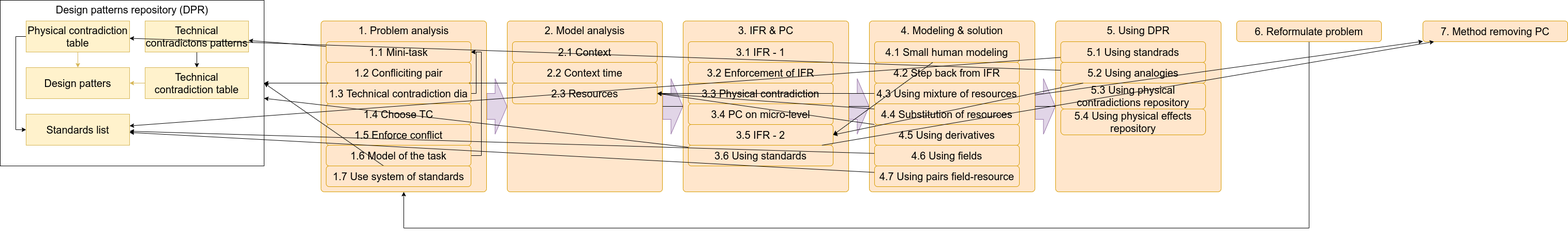
The draw.io diagram AI_Neurotechnologies_bla_bla_bla_course/TRIZ-ARIZ.png in max-talanov/1, before a commit. Source tidied: cells renumbered, new cells last; positions are measured from the earlier drawing's top-left corner, leaving out a move shared by most shapes.
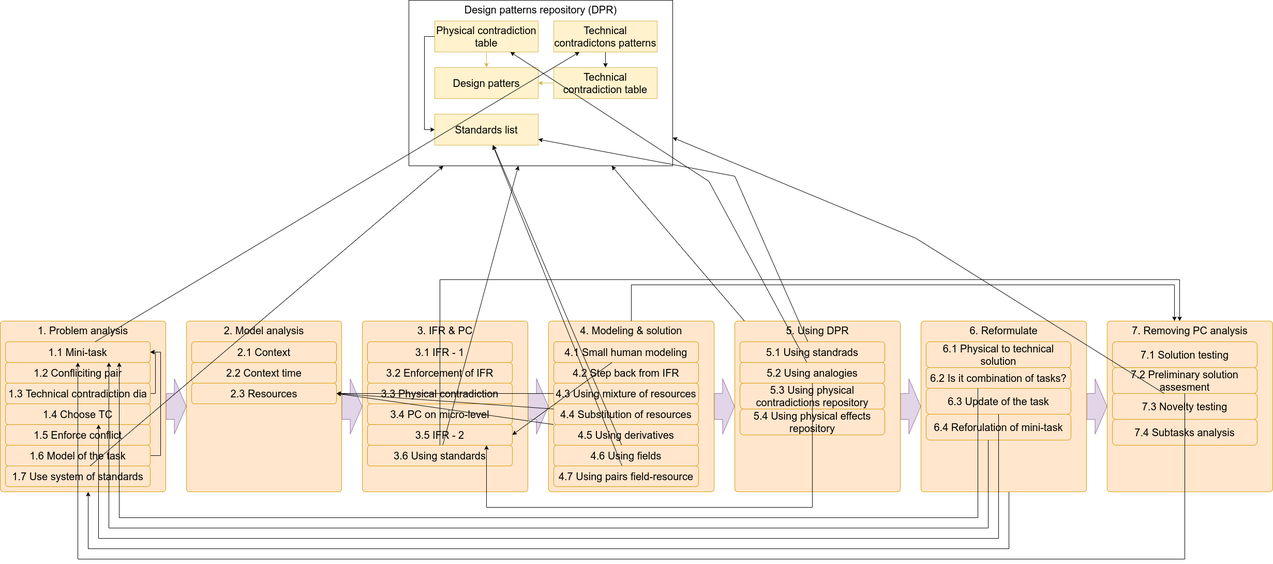
The same file after the commit.

Commit message:
corrected arrows in TRIZ-ARIZ dia

What changed in the source:
```diff
@@ -2,19 +2,21 @@
   <root>
     <mxCell id="0" />
     <mxCell id="1" parent="0" />
+    <mxCell id="69" style="shape=flexArrow;endArrow=classic;html=1;rounded=0;endWidth=56;endSize=7.33;width=50;entryX=0;entryY=0.5;entryDx=0;entryDy=0;exitX=1;exitY=0.5;exitDx=0;exitDy=0;fillColor=#e1d5e7;strokeColor=#9673a6;" parent="1" edge="1" target="71">
+      <mxGeometry relative="1" as="geometry">
+        <mxPoint x="2360" y="205" as="sourcePoint" />
+      </mxGeometry>
+    </mxCell>
-    <mxCell id="2" style="edgeStyle=orthogonalEdgeStyle;rounded=0;jettySize=auto;html=1;fontSize=20;" parent="1" edge="1" source="3" target="12">
+    <mxCell id="2" style="edgeStyle=orthogonalEdgeStyle;rounded=0;jettySize=auto;html=1;fontSize=20;" parent="1" edge="1" source="71" target="12">
       <mxGeometry relative="1" as="geometry">
         <Array as="points">
-          <mxPoint x="2530" y="440" />
-          <mxPoint x="780" y="440" />
+          <mxPoint x="2570" y="480" />
+          <mxPoint x="790" y="480" />
         </Array>
       </mxGeometry>
     </mxCell>
-    <mxCell id="3" value="6. Reformulate problem" style="rounded=1;whiteSpace=wrap;html=1;fillColor=#ffe6cc;strokeColor=#d79b00;fontSize=20;" parent="1" vertex="1">
-      <mxGeometry x="2390" y="40" width="280" height="40" as="geometry" />
-    </mxCell>
     <mxCell id="4" value="Design patterns repository (DPR)" style="rounded=0;whiteSpace=wrap;html=1;fontSize=20;verticalAlign=top;" parent="1" vertex="1">
-      <mxGeometry width="510" height="320" as="geometry" />
+      <mxGeometry x="1410" y="-580" width="510" height="320" as="geometry" />
     </mxCell>
     <mxCell id="5" style="shape=flexArrow;endArrow=classic;html=1;rounded=0;endWidth=56;endSize=7.33;width=50;entryX=0;entryY=0.5;entryDx=0;entryDy=0;exitX=1;exitY=0.5;exitDx=0;exitDy=0;fillColor=#e1d5e7;strokeColor=#9673a6;" parent="1" edge="1" source="12" target="32">
       <mxGeometry relative="1" as="geometry" />
@@ -22,9 +24,6 @@
     <mxCell id="6" style="shape=flexArrow;endArrow=classic;html=1;rounded=0;endWidth=56;endSize=7.33;width=50;entryX=0;entryY=0.5;entryDx=0;entryDy=0;exitX=1;exitY=0.5;exitDx=0;exitDy=0;fillColor=#e1d5e7;strokeColor=#9673a6;" parent="1" edge="1" source="32" target="36">
       <mxGeometry relative="1" as="geometry" />
     </mxCell>
-    <mxCell id="7" value="7. Method removing PC" style="rounded=1;whiteSpace=wrap;html=1;fillColor=#ffe6cc;strokeColor=#d79b00;fontSize=20;" parent="1" vertex="1">
-      <mxGeometry x="2750" y="40" width="280" height="40" as="geometry" />
-    </mxCell>
     <mxCell id="8" style="shape=flexArrow;endArrow=classic;html=1;rounded=0;endWidth=56;endSize=7.33;width=50;entryX=0;entryY=0.5;entryDx=0;entryDy=0;exitX=1;exitY=0.5;exitDx=0;exitDy=0;fillColor=#e1d5e7;strokeColor=#9673a6;" parent="1" edge="1" target="44">
       <mxGeometry relative="1" as="geometry">
         <mxPoint x="1640" y="205" as="sourcePoint" />
@@ -35,39 +34,56 @@
         <mxPoint x="2000" y="205" as="sourcePoint" />
       </mxGeometry>
     </mxCell>
+    <mxCell id="70" style="shape=flexArrow;endArrow=classic;html=1;rounded=0;endWidth=56;endSize=7.33;width=50;entryX=0;entryY=0.5;entryDx=0;entryDy=0;exitX=1;exitY=0.5;exitDx=0;exitDy=0;fillColor=#e1d5e7;strokeColor=#9673a6;" parent="1" edge="1" target="79">
+      <mxGeometry relative="1" as="geometry">
+        <mxPoint x="2720" y="205" as="sourcePoint" />
+      </mxGeometry>
+    </mxCell>
     <mxCell id="10" value="1" parent="0" />
     <mxCell id="11" style="edgeStyle=orthogonalEdgeStyle;rounded=0;jettySize=auto;html=1;fontSize=20;fillColor=#fff2cc;strokeColor=#d6b656;" parent="10" edge="1" source="13" target="14">
       <mxGeometry relative="1" as="geometry" />
     </mxCell>
+    <mxCell id="71" value="6. Reformulate" style="rounded=1;whiteSpace=wrap;html=1;fillColor=#ffe6cc;strokeColor=#d79b00;fontSize=20;arcSize=2;horizontal=1;verticalAlign=top;" parent="10" vertex="1">
+      <mxGeometry x="2400" y="40" width="320" height="330" as="geometry" />
+    </mxCell>
+    <mxCell id="72" value="6.1 Physical to technical solution" style="rounded=1;whiteSpace=wrap;html=1;fillColor=#ffe6cc;strokeColor=#d79b00;fontSize=20;" parent="10" vertex="1">
+      <mxGeometry x="2410" y="80" width="280" height="50" as="geometry" />
+    </mxCell>
+    <mxCell id="73" value="6.2 Is it combination of tasks?" style="rounded=1;whiteSpace=wrap;html=1;fillColor=#ffe6cc;strokeColor=#d79b00;fontSize=20;" parent="10" vertex="1">
+      <mxGeometry x="2410" y="130" width="280" height="40" as="geometry" />
+    </mxCell>
+    <mxCell id="74" value="6.3 Update of the task" style="rounded=1;whiteSpace=wrap;html=1;fillColor=#ffe6cc;strokeColor=#d79b00;fontSize=20;" parent="10" vertex="1">
+      <mxGeometry x="2410" y="170" width="280" height="50" as="geometry" />
+    </mxCell>
+    <mxCell id="75" value="6.4 Reforulation of mini-task" style="rounded=1;whiteSpace=wrap;html=1;fillColor=#ffe6cc;strokeColor=#d79b00;fontSize=20;" parent="10" vertex="1">
+      <mxGeometry x="2410" y="220" width="280" height="50" as="geometry" />
+    </mxCell>
     <mxCell id="12" value="1. Problem analysis" style="rounded=1;whiteSpace=wrap;html=1;fillColor=#ffe6cc;strokeColor=#d79b00;fontSize=20;arcSize=2;horizontal=1;verticalAlign=top;" parent="10" vertex="1">
       <mxGeometry x="620" y="40" width="320" height="330" as="geometry" />
     </mxCell>
     <mxCell id="13" value="Technical contradiction table" style="rounded=1;whiteSpace=wrap;html=1;fillColor=#fff2cc;strokeColor=#d6b656;fontSize=20;arcSize=0;" parent="10" vertex="1">
-      <mxGeometry x="280" y="130" width="200" height="60" as="geometry" />
+      <mxGeometry x="1690" y="-450" width="200" height="60" as="geometry" />
     </mxCell>
     <mxCell id="14" value="Design patters" style="rounded=1;whiteSpace=wrap;html=1;fillColor=#fff2cc;strokeColor=#d6b656;fontSize=20;arcSize=0;" parent="10" vertex="1">
-      <mxGeometry x="50" y="130" width="200" height="60" as="geometry" />
+      <mxGeometry x="1460" y="-450" width="200" height="60" as="geometry" />
     </mxCell>
     <mxCell id="15" style="edgeStyle=none;rounded=0;jettySize=auto;html=1;entryX=0;entryY=0.5;entryDx=0;entryDy=0;" parent="10" edge="1" source="16" target="57">
       <mxGeometry relative="1" as="geometry">
         <Array as="points">
-          <mxPoint x="30" y="70" />
-          <mxPoint x="30" y="250" />
+          <mxPoint x="1440" y="-510" />
+          <mxPoint x="1440" y="-330" />
         </Array>
       </mxGeometry>
     </mxCell>
     <mxCell id="16" value="Physical contradiction table" style="rounded=1;whiteSpace=wrap;html=1;fillColor=#fff2cc;strokeColor=#d6b656;fontSize=20;arcSize=0;" parent="10" vertex="1">
-      <mxGeometry x="50" y="40" width="200" height="60" as="geometry" />
+      <mxGeometry x="1460" y="-540" width="200" height="60" as="geometry" />
     </mxCell>
     <mxCell id="17" style="edgeStyle=orthogonalEdgeStyle;rounded=0;jettySize=auto;html=1;exitX=0.5;exitY=1;exitDx=0;exitDy=0;fillColor=#fff2cc;strokeColor=#d6b656;" parent="10" edge="1" source="16" target="14">
       <mxGeometry relative="1" as="geometry" />
     </mxCell>
-    <mxCell id="18" style="edgeStyle=orthogonalEdgeStyle;rounded=0;jettySize=auto;html=1;" parent="10" edge="1" source="58" target="4">
+    <mxCell id="18" style="rounded=0;jettySize=auto;html=1;" parent="10" edge="1" source="58" target="4">
       <mxGeometry relative="1" as="geometry" />
     </mxCell>
-    <mxCell id="19" style="rounded=0;jettySize=auto;html=1;" parent="10" edge="1" source="20" target="23">
-      <mxGeometry relative="1" as="geometry" />
-    </mxCell>
     <mxCell id="20" value="1.1 Mini-task" style="rounded=1;whiteSpace=wrap;html=1;fillColor=#ffe6cc;strokeColor=#d79b00;fontSize=20;" parent="10" vertex="1">
       <mxGeometry x="630" y="80" width="280" height="40" as="geometry" />
     </mxCell>
@@ -78,7 +94,7 @@
       <mxGeometry relative="1" as="geometry" />
     </mxCell>
     <mxCell id="23" value="Technical contradictons patterns" style="rounded=1;whiteSpace=wrap;html=1;fillColor=#fff2cc;strokeColor=#d6b656;fontSize=20;arcSize=0;" parent="10" vertex="1">
-      <mxGeometry x="280" y="40" width="200" height="60" as="geometry" />
+      <mxGeometry x="1690" y="-540" width="200" height="60" as="geometry" />
     </mxCell>
     <mxCell id="24" style="edgeStyle=orthogonalEdgeStyle;rounded=0;jettySize=auto;html=1;entryX=1;entryY=0.5;entryDx=0;entryDy=0;" parent="10" edge="1" source="25" target="20">
       <mxGeometry relative="1" as="geometry">
@@ -108,9 +124,6 @@
     <mxCell id="29" value="1.6 Model of the task" style="rounded=1;whiteSpace=wrap;html=1;fillColor=#ffe6cc;strokeColor=#d79b00;fontSize=20;" parent="10" vertex="1">
       <mxGeometry x="630" y="280" width="280" height="40" as="geometry" />
     </mxCell>
-    <mxCell id="30" style="rounded=0;jettySize=auto;html=1;entryX=1;entryY=0.5;entryDx=0;entryDy=0;" parent="10" edge="1" source="31" target="4">
-      <mxGeometry relative="1" as="geometry" />
-    </mxCell>
     <mxCell id="31" value="1.7 Use system of standards" style="rounded=1;whiteSpace=wrap;html=1;fillColor=#ffe6cc;strokeColor=#d79b00;fontSize=20;" parent="10" vertex="1">
       <mxGeometry x="630" y="320" width="280" height="40" as="geometry" />
     </mxCell>
@@ -190,19 +203,27 @@
       <mxGeometry x="1690" y="320" width="280" height="40" as="geometry" />
     </mxCell>
     <mxCell id="57" value="Standards list" style="rounded=1;whiteSpace=wrap;html=1;fillColor=#fff2cc;strokeColor=#d6b656;fontSize=20;arcSize=0;" parent="10" vertex="1">
-      <mxGeometry x="50" y="220" width="200" height="60" as="geometry" />
+      <mxGeometry x="1460" y="-360" width="200" height="60" as="geometry" />
     </mxCell>
     <mxCell id="58" value="5. Using DPR" style="rounded=1;whiteSpace=wrap;html=1;fillColor=#ffe6cc;strokeColor=#d79b00;fontSize=20;arcSize=2;horizontal=1;verticalAlign=top;" parent="10" vertex="1">
       <mxGeometry x="2040" y="40" width="320" height="330" as="geometry" />
     </mxCell>
     <mxCell id="59" style="edgeStyle=none;rounded=0;jettySize=auto;html=1;" parent="10" edge="1" source="60" target="57">
-      <mxGeometry relative="1" as="geometry" />
+      <mxGeometry relative="1" as="geometry">
+        <Array as="points">
+          <mxPoint x="2040" y="-240" />
+        </Array>
+      </mxGeometry>
     </mxCell>
     <mxCell id="60" value="5.1 Using standrads" style="rounded=1;whiteSpace=wrap;html=1;fillColor=#ffe6cc;strokeColor=#d79b00;fontSize=20;" parent="10" vertex="1">
       <mxGeometry x="2050" y="80" width="280" height="40" as="geometry" />
     </mxCell>
     <mxCell id="61" style="edgeStyle=none;rounded=0;jettySize=auto;html=1;" parent="10" edge="1" source="62" target="16">
-      <mxGeometry relative="1" as="geometry" />
+      <mxGeometry relative="1" as="geometry">
+        <Array as="points">
+          <mxPoint x="1990" y="-230" />
+        </Array>
+      </mxGeometry>
     </mxCell>
     <mxCell id="62" value="5.2 Using analogies" style="rounded=1;whiteSpace=wrap;html=1;fillColor=#ffe6cc;strokeColor=#d79b00;fontSize=20;" parent="10" vertex="1">
       <mxGeometry x="2050" y="120" width="280" height="40" as="geometry" />
@@ -213,17 +234,92 @@
     <mxCell id="64" value="5.4 Using physical effects repository" style="rounded=1;whiteSpace=wrap;html=1;fillColor=#ffe6cc;strokeColor=#d79b00;fontSize=20;" parent="10" vertex="1">
       <mxGeometry x="2050" y="210" width="280" height="50" as="geometry" />
     </mxCell>
-    <mxCell id="65" style="rounded=0;jettySize=auto;html=1;" parent="10" edge="1" source="43" target="7">
-      <mxGeometry relative="1" as="geometry" />
+    <mxCell id="65" style="rounded=0;jettySize=auto;html=1;edgeStyle=orthogonalEdgeStyle;" parent="10" edge="1" source="43" target="79">
+      <mxGeometry relative="1" as="geometry">
+        <Array as="points">
+          <mxPoint x="1470" y="-40" />
+          <mxPoint x="2900" y="-40" />
+        </Array>
+      </mxGeometry>
     </mxCell>
-    <mxCell id="66" style="edgeStyle=none;rounded=0;jettySize=auto;html=1;" parent="10" edge="1" source="44" target="7">
-      <mxGeometry relative="1" as="geometry" />
-    </mxCell>
     <mxCell id="67" style="rounded=0;jettySize=auto;html=1;entryX=1;entryY=0.5;entryDx=0;entryDy=0;" parent="10" edge="1" source="45" target="41">
       <mxGeometry relative="1" as="geometry" />
     </mxCell>
-    <mxCell id="68" style="edgeStyle=none;rounded=0;jettySize=auto;html=1;entryX=1;entryY=0.5;entryDx=0;entryDy=0;" parent="10" edge="1" source="62" target="41">
-      <mxGeometry relative="1" as="geometry" />
+    <mxCell id="68" style="edgeStyle=orthogonalEdgeStyle;rounded=0;jettySize=auto;html=1;" parent="10" edge="1" source="62" target="41">
+      <mxGeometry relative="1" as="geometry">
+        <Array as="points">
+          <mxPoint x="2190" y="400" />
+          <mxPoint x="1560" y="400" />
+        </Array>
+      </mxGeometry>
     </mxCell>
+    <mxCell id="76" style="edgeStyle=orthogonalEdgeStyle;rounded=0;jettySize=auto;html=1;" parent="10" edge="1" source="73" target="20">
+      <mxGeometry relative="1" as="geometry">
+        <Array as="points">
+          <mxPoint x="2510" y="420" />
+          <mxPoint x="850" y="420" />
+        </Array>
+      </mxGeometry>
+    </mxCell>
+    <mxCell id="77" style="edgeStyle=orthogonalEdgeStyle;rounded=0;jettySize=auto;html=1;" parent="10" edge="1" source="74" target="26">
+      <mxGeometry relative="1" as="geometry">
+        <Array as="points">
+          <mxPoint x="2550" y="460" />
+          <mxPoint x="810" y="460" />
+        </Array>
+      </mxGeometry>
+    </mxCell>
+    <mxCell id="78" style="edgeStyle=orthogonalEdgeStyle;rounded=0;jettySize=auto;html=1;" parent="10" edge="1" source="75" target="20">
+      <mxGeometry relative="1" as="geometry">
+        <Array as="points">
+          <mxPoint x="2530" y="440" />
+          <mxPoint x="830" y="440" />
+        </Array>
+      </mxGeometry>
+    </mxCell>
+    <mxCell id="79" value="7. Removing PC analysis" style="rounded=1;whiteSpace=wrap;html=1;fillColor=#ffe6cc;strokeColor=#d79b00;fontSize=20;arcSize=2;horizontal=1;verticalAlign=top;" parent="10" vertex="1">
+      <mxGeometry x="2760" y="40" width="320" height="330" as="geometry" />
+    </mxCell>
+    <mxCell id="80" value="7.1 Solution testing" style="rounded=1;whiteSpace=wrap;html=1;fillColor=#ffe6cc;strokeColor=#d79b00;fontSize=20;" parent="10" vertex="1">
+      <mxGeometry x="2770" y="80" width="280" height="50" as="geometry" />
+    </mxCell>
+    <mxCell id="81" value="7.2 Preliminary solution assesment" style="rounded=1;whiteSpace=wrap;html=1;fillColor=#ffe6cc;strokeColor=#d79b00;fontSize=20;" parent="10" vertex="1">
+      <mxGeometry x="2770" y="130" width="280" height="50" as="geometry" />
+    </mxCell>
+    <mxCell id="82" value="7.3 Novelty testing" style="rounded=1;whiteSpace=wrap;html=1;fillColor=#ffe6cc;strokeColor=#d79b00;fontSize=20;" parent="10" vertex="1">
+      <mxGeometry x="2770" y="180" width="280" height="50" as="geometry" />
+    </mxCell>
+    <mxCell id="83" value="7.4 Subtasks analysis" style="rounded=1;whiteSpace=wrap;html=1;fillColor=#ffe6cc;strokeColor=#d79b00;fontSize=20;" parent="10" vertex="1">
+      <mxGeometry x="2770" y="230" width="280" height="50" as="geometry" />
+    </mxCell>
+    <mxCell id="84" style="edgeStyle=none;rounded=0;jettySize=auto;html=1;" parent="10" edge="1" source="82" target="4">
+      <mxGeometry relative="1" as="geometry">
+        <Array as="points">
+          <mxPoint x="2390" y="-120" />
+        </Array>
+      </mxGeometry>
+    </mxCell>
+    <mxCell id="85" style="rounded=0;jettySize=auto;html=1;edgeStyle=orthogonalEdgeStyle;" parent="10" edge="1" source="81" target="20">
+      <mxGeometry relative="1" as="geometry">
+        <Array as="points">
+          <mxPoint x="2910" y="500" />
+          <mxPoint x="770" y="500" />
+        </Array>
+      </mxGeometry>
+    </mxCell>
+    <mxCell id="66" style="edgeStyle=orthogonalEdgeStyle;rounded=0;jettySize=auto;html=1;" parent="10" edge="1" source="44" target="79">
+      <mxGeometry relative="1" as="geometry">
+        <Array as="points">
+          <mxPoint x="1840" y="-30" />
+          <mxPoint x="2890" y="-30" />
+        </Array>
+      </mxGeometry>
+    </mxCell>
+    <mxCell id="30" style="rounded=0;jettySize=auto;html=1;" parent="10" edge="1" source="31" target="4">
+      <mxGeometry relative="1" as="geometry" />
+    </mxCell>
+    <mxCell id="19" style="rounded=0;jettySize=auto;html=1;" parent="10" edge="1" source="20" target="23">
+      <mxGeometry relative="1" as="geometry" />
+    </mxCell>
   </root>
 </mxGraphModel>
```
